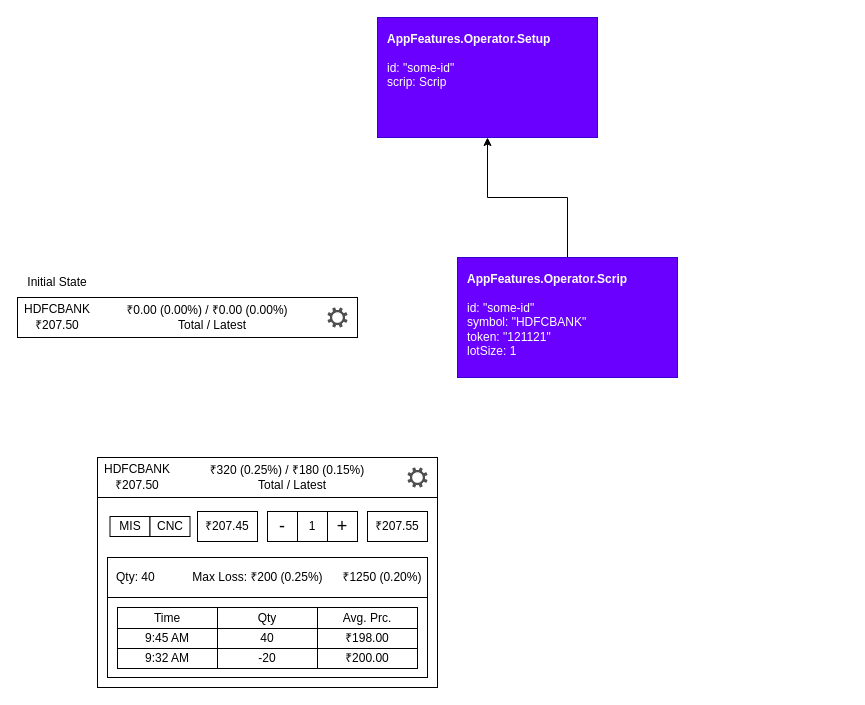
Before: freely-busy.drawio in appsparkler/draw.io, a draw.io diagram. Source tidied: cells renumbered, new cells numbered last; positions are measured from the earlier drawing's top-left corner, leaving out a move shared by most shapes. Both pictures are drawn from the tidied source at 100%, with x=0, y=0 at pixel (17, 17).
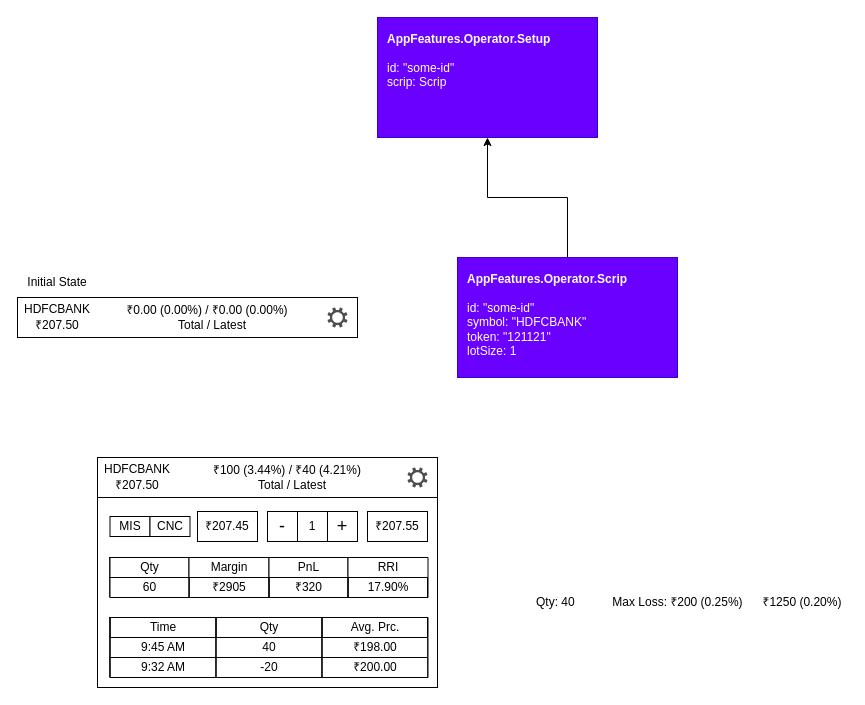
The same page after the edit.

Diff of the diagram source:
```diff
@@
-    <mxCell id="5" value="&lt;span style=&quot;color: light-dark(rgb(0, 0, 0), rgb(0, 255, 128));&quot;&gt;₹320 (0.25%)&lt;/span&gt; &lt;span style=&quot;color: light-dark(rgb(0, 0, 0), rgb(153, 153, 153));&quot;&gt;/&lt;/span&gt; &lt;span style=&quot;color: light-dark(rgb(0, 0, 0), rgb(255, 0, 0));&quot;&gt;₹180 (0.15%)&lt;/span&gt;" style="text;html=1;whiteSpace=wrap;strokeColor=none;fillColor=none;align=center;verticalAlign=middle;rounded=0;" parent="1" vertex="1">
+    <mxCell id="5" value="&lt;span style=&quot;color: light-dark(rgb(0, 0, 0), rgb(0, 255, 128));&quot;&gt;₹100 (3.44%)&lt;/span&gt; &lt;span style=&quot;color: light-dark(rgb(0, 0, 0), rgb(153, 153, 153));&quot;&gt;/&lt;/span&gt; &lt;span style=&quot;color: light-dark(rgb(0, 0, 0), rgb(255, 0, 0));&quot;&gt;₹40 (4.21%)&lt;/span&gt;" style="text;html=1;whiteSpace=wrap;strokeColor=none;fillColor=none;align=center;verticalAlign=middle;rounded=0;" parent="1" vertex="1">
       <mxGeometry x="180" y="443" width="180" height="20" as="geometry" />
     </mxCell>
@@
-    <mxCell id="7" style="whiteSpace=wrap;html=1;" parent="1" vertex="1">
-      <mxGeometry x="90" y="540" width="320" height="40" as="geometry" />
-    </mxCell>
     <mxCell id="8" value="₹1250 &lt;span style=&quot;color: light-dark(rgb(0, 0, 0), rgb(0, 255, 0));&quot;&gt;(0.20%)&lt;/span&gt;" style="text;html=1;whiteSpace=wrap;strokeColor=none;fillColor=none;align=center;verticalAlign=middle;rounded=0;" parent="1" vertex="1">
-      <mxGeometry x="320" y="545" width="90" height="30" as="geometry" />
+      <mxGeometry x="740" y="570" width="90" height="30" as="geometry" />
     </mxCell>
     <mxCell id="9" value="Qty: 40&amp;nbsp;" style="text;html=1;whiteSpace=wrap;strokeColor=none;fillColor=none;align=center;verticalAlign=middle;rounded=0;" parent="1" vertex="1">
-      <mxGeometry x="90" y="545" width="60" height="30" as="geometry" />
+      <mxGeometry x="510" y="570" width="60" height="30" as="geometry" />
     </mxCell>
@@
     <mxCell id="11" value="Max Loss: ₹200 (0.25%)" style="text;html=1;whiteSpace=wrap;strokeColor=none;fillColor=none;align=center;verticalAlign=middle;rounded=0;fontColor=light-dark(#000000,#FF0000);" parent="1" vertex="1">
-      <mxGeometry x="172.5" y="545" width="135" height="30" as="geometry" />
+      <mxGeometry x="592.5" y="570" width="135" height="30" as="geometry" />
     </mxCell>
@@
-    <mxCell id="17" style="whiteSpace=wrap;html=1;" parent="1" vertex="1">
-      <mxGeometry x="90" y="580" width="320" height="80" as="geometry" />
-    </mxCell>
@@
     <mxCell id="20" style="shape=table;startSize=0;childLayout=tableLayout;fixedHeader=1;tableRender=collapsed;" parent="1" vertex="1">
-      <mxGeometry x="100" y="590" width="300" height="61" as="geometry" />
+      <mxGeometry x="92.5" y="600" width="317.5" height="60" as="geometry" />
     </mxCell>
     <mxCell id="21" style="shape=tableRow;horizontal=0;startSize=0;swimlaneHead=0;swimlaneBody=0;strokeColor=inherit;fillColor=none;fixedHeader=1;" parent="20" vertex="1">
-      <mxGeometry width="300" height="21" as="geometry" />
+      <mxGeometry width="317.5" height="20" as="geometry" />
     </mxCell>
     <mxCell id="22" value="Time" style="shape=partialRectangle;html=1;whiteSpace=wrap;strokeColor=inherit;overflow=hidden;fillColor=none;" parent="21" vertex="1">
-      <mxGeometry width="100" height="21" as="geometry" />
+      <mxGeometry width="106" height="20" as="geometry" />
     </mxCell>
     <mxCell id="23" value="Qty" style="shape=partialRectangle;html=1;whiteSpace=wrap;strokeColor=inherit;overflow=hidden;fillColor=none;" parent="21" vertex="1">
-      <mxGeometry x="100" width="100" height="21" as="geometry" />
+      <mxGeometry x="106" width="106" height="20" as="geometry" />
     </mxCell>
     <mxCell id="24" value="Avg. Prc." style="shape=partialRectangle;html=1;whiteSpace=wrap;strokeColor=inherit;overflow=hidden;fillColor=none;" parent="21" vertex="1">
-      <mxGeometry x="200" width="100" height="21" as="geometry" />
+      <mxGeometry x="212" width="106" height="20" as="geometry" />
     </mxCell>
     <mxCell id="25" style="shape=tableRow;horizontal=0;startSize=0;swimlaneHead=0;swimlaneBody=0;strokeColor=inherit;fillColor=none;fixedHeader=1;" parent="20" vertex="1">
-      <mxGeometry y="21" width="300" height="20" as="geometry" />
+      <mxGeometry y="20" width="317.5" height="20" as="geometry" />
     </mxCell>
     <mxCell id="26" value="9:45 AM" style="shape=partialRectangle;html=1;whiteSpace=wrap;strokeColor=inherit;overflow=hidden;fillColor=light-dark(#FFFFFF40,#3399FF);" parent="25" vertex="1">
-      <mxGeometry width="100" height="20" as="geometry" />
+      <mxGeometry width="106" height="20" as="geometry" />
     </mxCell>
     <mxCell id="27" value="40" style="shape=partialRectangle;html=1;whiteSpace=wrap;strokeColor=inherit;overflow=hidden;fillColor=light-dark(#FFFFFF40,#3399FF);" parent="25" vertex="1">
-      <mxGeometry x="100" width="100" height="20" as="geometry" />
+      <mxGeometry x="106" width="106" height="20" as="geometry" />
     </mxCell>
     <mxCell id="28" value="₹198.00" style="shape=partialRectangle;html=1;whiteSpace=wrap;strokeColor=inherit;overflow=hidden;fillColor=light-dark(#FFFFFF40,#3399FF);" parent="25" vertex="1">
-      <mxGeometry x="200" width="100" height="20" as="geometry" />
+      <mxGeometry x="212" width="106" height="20" as="geometry" />
     </mxCell>
     <mxCell id="29" style="shape=tableRow;horizontal=0;startSize=0;swimlaneHead=0;swimlaneBody=0;strokeColor=inherit;fillColor=none;fixedHeader=1;" parent="20" vertex="1">
-      <mxGeometry y="41" width="300" height="20" as="geometry" />
+      <mxGeometry y="40" width="317.5" height="20" as="geometry" />
     </mxCell>
     <mxCell id="30" value="9:32 AM" style="shape=partialRectangle;html=1;whiteSpace=wrap;strokeColor=inherit;overflow=hidden;fillColor=light-dark(#FFFFFF40,#FF6666);" parent="29" vertex="1">
-      <mxGeometry width="100" height="20" as="geometry" />
+      <mxGeometry width="106" height="20" as="geometry" />
     </mxCell>
     <mxCell id="31" value="-20" style="shape=partialRectangle;html=1;whiteSpace=wrap;strokeColor=inherit;overflow=hidden;fillColor=light-dark(#FFFFFF40,#FF6666);" parent="29" vertex="1">
-      <mxGeometry x="100" width="100" height="20" as="geometry" />
+      <mxGeometry x="106" width="106" height="20" as="geometry" />
     </mxCell>
     <mxCell id="32" value="₹200.00" style="shape=partialRectangle;html=1;whiteSpace=wrap;strokeColor=inherit;overflow=hidden;fillColor=light-dark(#FFFFFF40,#FF6666);" parent="29" vertex="1">
-      <mxGeometry x="200" width="100" height="20" as="geometry" />
+      <mxGeometry x="212" width="106" height="20" as="geometry" />
     </mxCell>
@@
+    <mxCell id="44" style="shape=table;startSize=0;childLayout=tableLayout;fixedHeader=1;tableRender=collapsed;" parent="1" vertex="1">
+      <mxGeometry x="92.5" y="540" width="317.5" height="40" as="geometry" />
+    </mxCell>
+    <mxCell id="45" style="shape=tableRow;horizontal=0;startSize=0;swimlaneHead=0;swimlaneBody=0;strokeColor=inherit;fillColor=none;fixedHeader=1;" parent="44" vertex="1">
+      <mxGeometry width="317.5" height="20" as="geometry" />
+    </mxCell>
+    <mxCell id="46" value="Qty" style="shape=partialRectangle;html=1;whiteSpace=wrap;strokeColor=inherit;overflow=hidden;fillColor=light-dark(#FFFFFF,#666666);" parent="45" vertex="1">
+      <mxGeometry width="79" height="20" as="geometry" />
+    </mxCell>
+    <mxCell id="47" value="Margin" style="shape=partialRectangle;html=1;whiteSpace=wrap;strokeColor=inherit;overflow=hidden;fillColor=light-dark(#FFFFFF,#666666);" parent="45" vertex="1">
+      <mxGeometry x="79" width="80" height="20" as="geometry" />
+    </mxCell>
+    <mxCell id="48" value="PnL" style="shape=partialRectangle;html=1;whiteSpace=wrap;strokeColor=inherit;overflow=hidden;fillColor=light-dark(#FFFFFF,#666666);" parent="45" vertex="1">
+      <mxGeometry x="159" width="79" height="20" as="geometry" />
+    </mxCell>
+    <mxCell id="49" value="RRI" style="shape=partialRectangle;html=1;whiteSpace=wrap;strokeColor=inherit;overflow=hidden;fillColor=light-dark(#FFFFFF,#666666);" parent="45" vertex="1">
+      <mxGeometry x="238" width="80" height="20" as="geometry" />
+    </mxCell>
+    <mxCell id="50" style="shape=tableRow;horizontal=0;startSize=0;swimlaneHead=0;swimlaneBody=0;strokeColor=inherit;fillColor=none;fixedHeader=1;" parent="44" vertex="1">
+      <mxGeometry y="20" width="317.5" height="20" as="geometry" />
+    </mxCell>
+    <mxCell id="51" value="60" style="shape=partialRectangle;html=1;whiteSpace=wrap;strokeColor=inherit;overflow=hidden;fillColor=light-dark(#FFFFFF,#007FFF);" parent="50" vertex="1">
+      <mxGeometry width="79" height="20" as="geometry" />
+    </mxCell>
+    <mxCell id="52" value="₹2905" style="shape=partialRectangle;html=1;whiteSpace=wrap;strokeColor=inherit;overflow=hidden;fillColor=none;" parent="50" vertex="1">
+      <mxGeometry x="79" width="80" height="20" as="geometry" />
+    </mxCell>
+    <mxCell id="53" value="₹320" style="shape=partialRectangle;html=1;whiteSpace=wrap;strokeColor=inherit;overflow=hidden;fillColor=none;fontColor=light-dark(#000000,#00FF80);" parent="50" vertex="1">
+      <mxGeometry x="159" width="79" height="20" as="geometry" />
+    </mxCell>
+    <mxCell id="54" value="17.90%" style="shape=partialRectangle;html=1;whiteSpace=wrap;strokeColor=inherit;overflow=hidden;fillColor=none;fontColor=light-dark(#000000,#00FF80);" parent="50" vertex="1">
+      <mxGeometry x="238" width="80" height="20" as="geometry" />
+    </mxCell>
```
